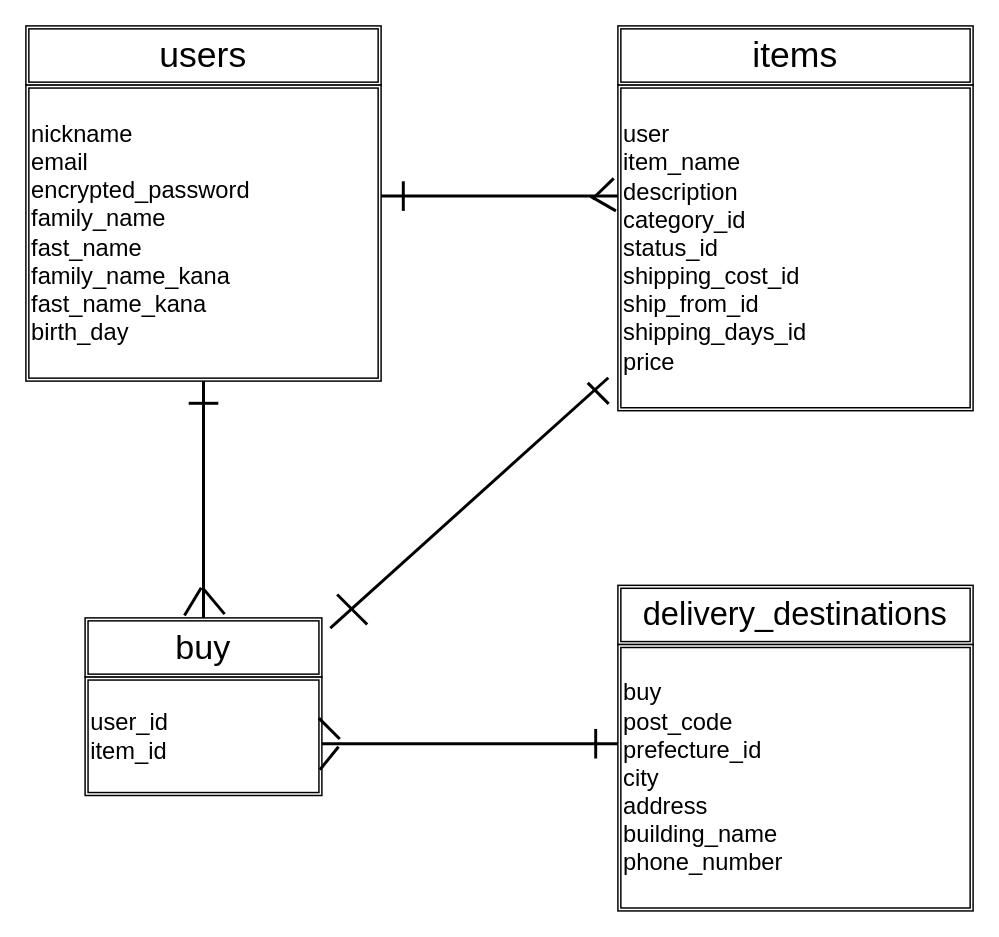
Before: FURIMA-34727.dio in LYFTaoz/furima-34727, a draw.io diagram. Source tidied: cells renumbered, new cells numbered last; positions are measured from the earlier drawing's top-left corner, leaving out a move shared by most shapes. Both pictures are drawn from the tidied source at 148%, with x=0, y=0 at pixel (25, 25).
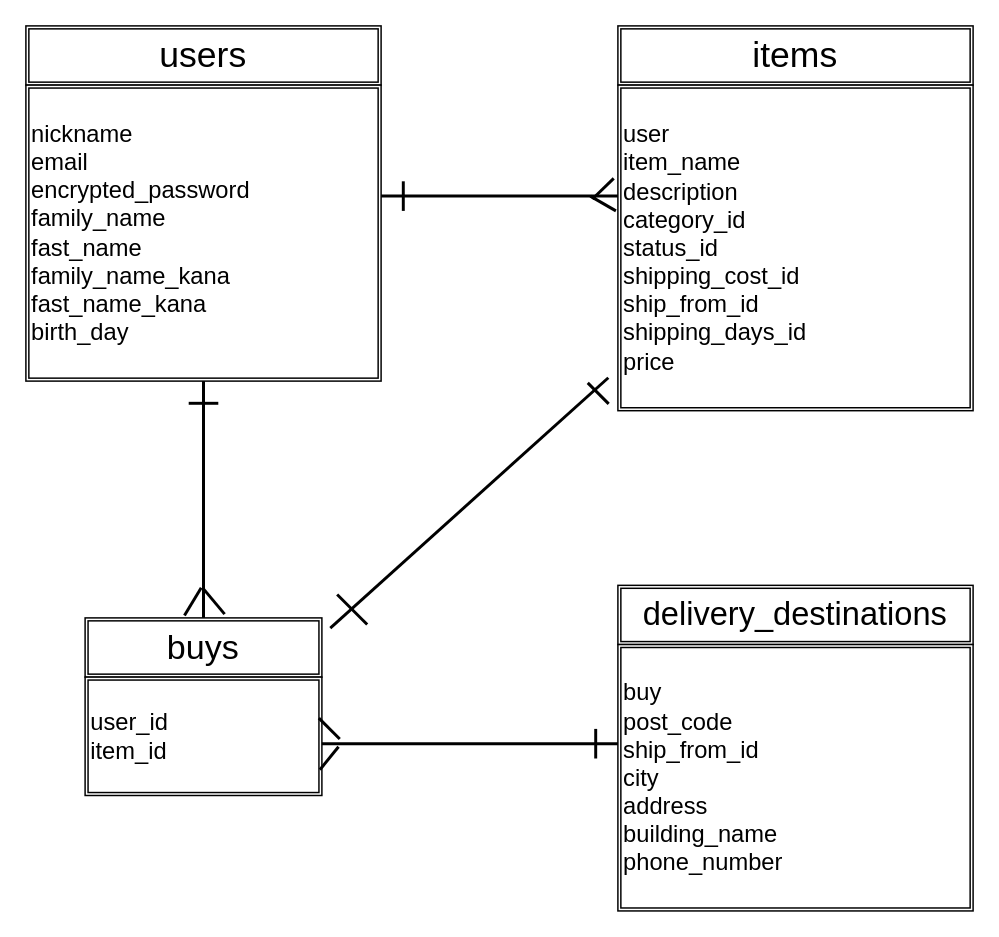
After the change.

Commit message (it also covers changes not shown here):
データベース設計　修正６

Change to the diagram source:
```diff
@@
-    <mxCell id="4" value="&lt;span style=&quot;font-size: 23px&quot;&gt;buy&lt;/span&gt;" style="shape=ext;double=1;rounded=0;whiteSpace=wrap;html=1;fontSize=16;align=center;" parent="1" vertex="1">
+    <mxCell id="4" value="&lt;span style=&quot;font-size: 23px&quot;&gt;buys&lt;/span&gt;" style="shape=ext;double=1;rounded=0;whiteSpace=wrap;html=1;fontSize=16;align=center;" parent="1" vertex="1">
       <mxGeometry x="40" y="400" width="160" height="40" as="geometry" />
     </mxCell>
@@
-    <mxCell id="8" value="buy&lt;br&gt;post_code&lt;br&gt;prefecture_id&lt;br&gt;city&lt;br&gt;address&lt;br&gt;building_name&lt;br&gt;phone_number" style="shape=ext;double=1;rounded=0;whiteSpace=wrap;html=1;fontSize=16;align=left;" parent="1" vertex="1">
+    <mxCell id="8" value="buy&lt;br&gt;post_code&lt;br&gt;ship_from_id&lt;br&gt;city&lt;br&gt;address&lt;br&gt;building_name&lt;br&gt;phone_number" style="shape=ext;double=1;rounded=0;whiteSpace=wrap;html=1;fontSize=16;align=left;" parent="1" vertex="1">
       <mxGeometry x="400" y="418" width="240" height="180" as="geometry" />
     </mxCell>
```
